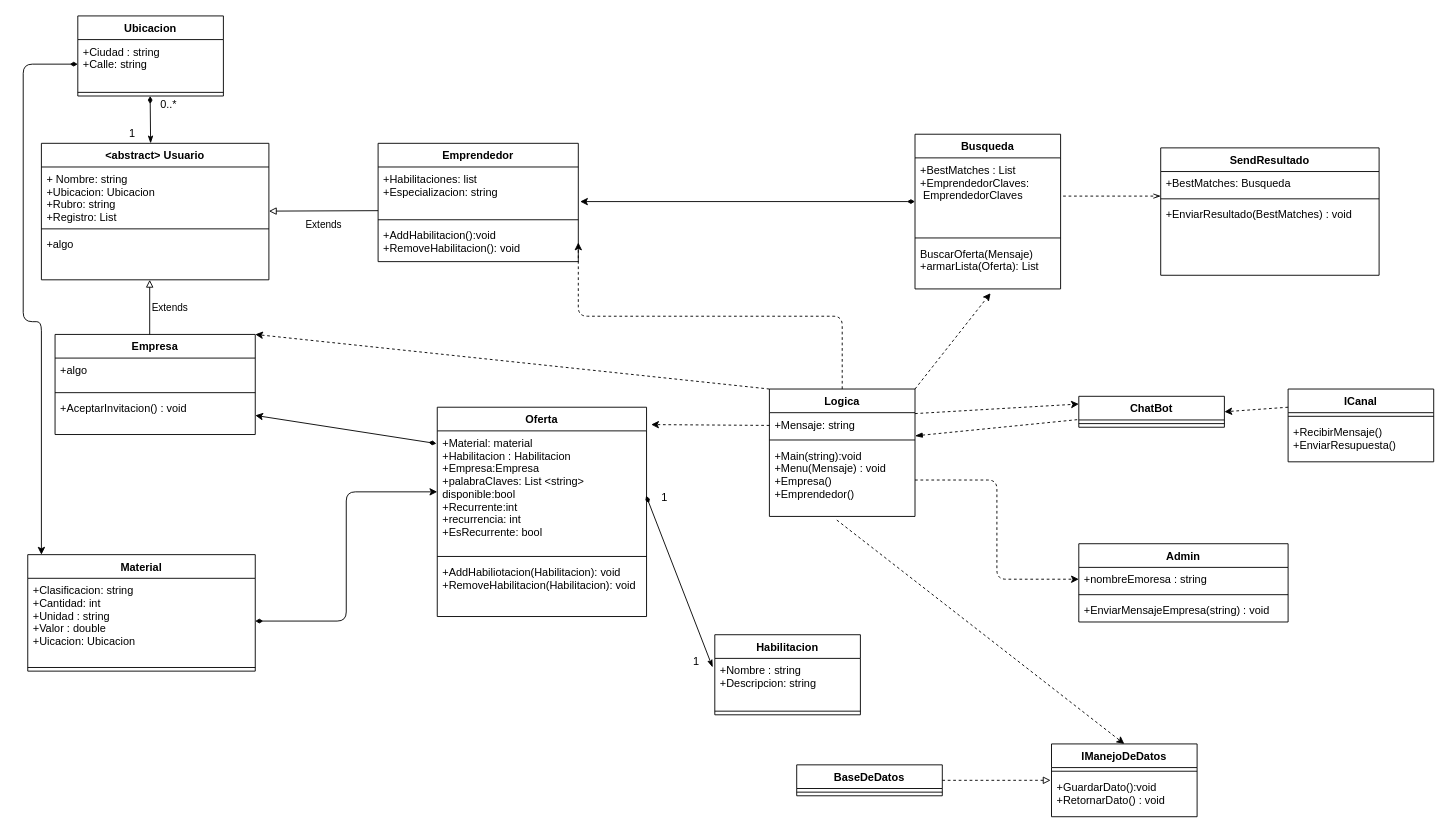
Above: docs/TelegramBotUML.drawio in dodekaucu/PII_TelegramBot_Project (draw.io), before the change. Source tidied: cells renumbered, new cells numbered last; positions are measured from the earlier drawing's top-left corner, leaving out a move shared by most shapes. Both pictures are drawn from the tidied source at 91%, with x=0, y=0 at pixel (23, 15).
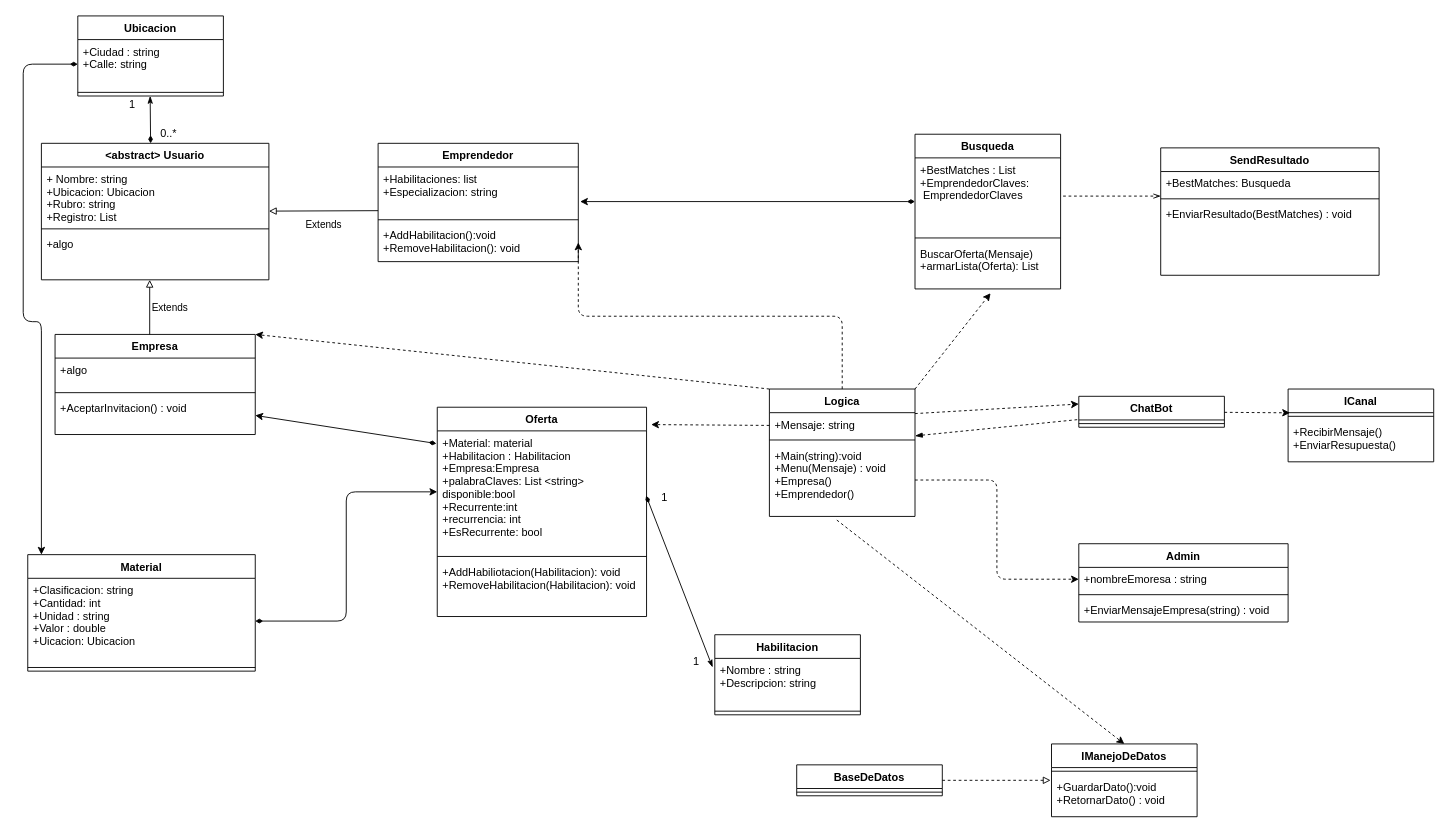
Above is the later version.

Commit message (it also covers changes not shown here):
UML fixed ver 3

Unchanged cells that the change refers to:
```xml
<mxCell id="31" value="ChatBot" style="swimlane;fontStyle=1;align=center;verticalAlign=top;horizontal=1;startSize=26;" parent="1" vertex="1">
  <mxGeometry x="1160" y="418" width="160" height="34" as="geometry" />
</mxCell>
<mxCell id="73" value="ICanal" style="swimlane;fontStyle=1;align=center;verticalAlign=top;horizontal=1;startSize=26;" parent="1" vertex="1">
  <mxGeometry x="1390" y="410" width="160" height="80" as="geometry" />
</mxCell>
```

The edit, as a diff of the source:
```diff
@@
-    <mxCell id="17" style="endArrow=classicThin;html=1;startArrow=diamondThin;startFill=1;endFill=1;" parent="1" edge="1">
+    <mxCell id="17" style="endArrow=diamondThin;html=1;startArrow=classicThin;startFill=1;endFill=1;" parent="1" edge="1">
       <mxGeometry relative="1" as="geometry">
         <mxPoint x="139.5" y="88" as="sourcePoint" />
         <mxPoint x="140" y="140" as="targetPoint" />
       </mxGeometry>
     </mxCell>
     <mxCell id="18" value="1" style="text;html=1;strokeColor=none;fillColor=none;align=center;verticalAlign=middle;whiteSpace=wrap;rounded=0;" parent="1" vertex="1">
-      <mxGeometry x="100" y="120" width="40" height="20" as="geometry" />
+      <mxGeometry x="100" y="88" width="40" height="20" as="geometry" />
     </mxCell>
     <mxCell id="19" value="0..*" style="text;html=1;strokeColor=none;fillColor=none;align=center;verticalAlign=middle;whiteSpace=wrap;rounded=0;" parent="1" vertex="1">
-      <mxGeometry x="140" y="88" width="40" height="20" as="geometry" />
+      <mxGeometry x="140" y="120" width="40" height="20" as="geometry" />
     </mxCell>
@@
-    <mxCell id="76" style="endArrow=classic;html=1;dashed=1;entryX=1;entryY=0.5;entryDx=0;entryDy=0;exitX=0;exitY=0.25;exitDx=0;exitDy=0;" parent="1" edge="1" source="73" target="31">
+    <mxCell id="76" style="endArrow=classic;html=1;dashed=1;entryX=0.013;entryY=0.327;entryDx=0;entryDy=0;entryPerimeter=0;" parent="1" edge="1" source="31" target="73">
       <mxGeometry relative="1" as="geometry" />
     </mxCell>
```
